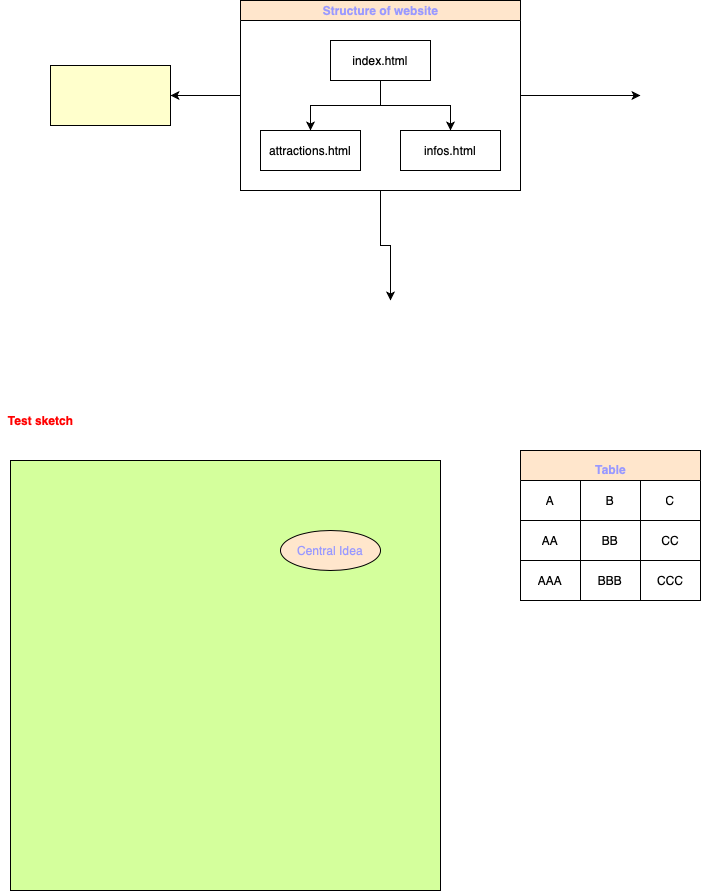
This is Untitled Diagram.png from meflix/themepark, a draw.io export, as it was before one commit. Source tidied: cells renumbered, new cells last; positions are measured from the earlier drawing's top-left corner, leaving out a move shared by most shapes. The source it was exported from:
```xml
<mxGraphModel>
  <root>
    <mxCell id="0" />
    <mxCell id="1" parent="0" />
    <mxCell id="2" value="Test sketch" style="text;html=1;align=center;verticalAlign=middle;fillColor=none;strokeColor=none;rounded=0;fontStyle=1;fontColor=#FF0000;" parent="1" vertex="1">
      <mxGeometry y="410" width="80" height="20" as="geometry" />
    </mxCell>
    <mxCell id="3" value="here follows the text to improve the sketch" style="text;html=1;align=center;verticalAlign=middle;fillColor=none;strokeColor=none;rounded=0;fontColor=#FF0000;" parent="1" vertex="1">
      <mxGeometry x="80" y="494" width="240" height="20" as="geometry" />
    </mxCell>
    <mxCell id="4" style="rounded=1;whiteSpace=wrap;html=1;fontColor=#FF0000;fillColor=#D4FF9C;" parent="1" vertex="1">
      <mxGeometry x="40" y="550" width="120" height="60" as="geometry" />
    </mxCell>
    <mxCell id="5" style="ellipse;whiteSpace=wrap;html=1;fontColor=#FF0000;fillColor=#D4FF9C;" parent="1" vertex="1">
      <mxGeometry x="230" y="540" width="150" height="150" as="geometry" />
    </mxCell>
    <mxCell id="6" style="shape=step;perimeter=stepPerimeter;whiteSpace=wrap;html=1;fixedSize=1;fillColor=#FFE6CC;fontColor=#FFE6CC;" parent="1" vertex="1">
      <mxGeometry x="274" y="720" width="56" height="80" as="geometry" />
    </mxCell>
    <mxCell id="7" value="Actor" style="shape=umlActor;verticalLabelPosition=bottom;verticalAlign=top;html=1;fontColor=#FF0000;fillColor=#D4FF9C;" parent="1" vertex="1">
      <mxGeometry x="60" y="720" width="30" height="60" as="geometry" />
    </mxCell>
    <mxCell id="8" style="shape=flexArrow;endArrow=classic;html=1;fontColor=#FF0000;endWidth=34.11764705882353;endSize=6.199999999999999;" parent="1" edge="1">
      <mxGeometry relative="1" as="geometry">
        <mxPoint x="160" y="750" as="sourcePoint" />
        <mxPoint x="230" y="760" as="targetPoint" />
        <Array as="points">
          <mxPoint x="110" y="760" />
          <mxPoint x="190" y="760" />
        </Array>
      </mxGeometry>
    </mxCell>
    <mxCell id="9" value="Table" style="shape=table;html=1;whiteSpace=wrap;startSize=30;fontStyle=1;align=center;fontColor=#FFE6CC;fillColor=#FFE6CC;" parent="1" vertex="1">
      <mxGeometry x="520" y="450" width="180" height="150" as="geometry" />
    </mxCell>
    <mxCell id="10" style="shape=partialRectangle;html=1;whiteSpace=wrap;fillColor=none;top=0;left=0;bottom=0;right=0;" parent="9" vertex="1">
      <mxGeometry y="30" width="180" height="40" as="geometry" />
    </mxCell>
    <mxCell id="11" value="A" style="shape=partialRectangle;html=1;whiteSpace=wrap;fillColor=none;top=0;left=0;bottom=0;right=0;overflow=hidden;" parent="10" vertex="1">
      <mxGeometry width="60" height="40" as="geometry" />
    </mxCell>
    <mxCell id="12" value="B" style="shape=partialRectangle;html=1;whiteSpace=wrap;fillColor=none;top=0;left=0;bottom=0;right=0;overflow=hidden;" parent="10" vertex="1">
      <mxGeometry x="60" width="60" height="40" as="geometry" />
    </mxCell>
    <mxCell id="13" value="C" style="shape=partialRectangle;html=1;whiteSpace=wrap;fillColor=none;top=0;left=0;bottom=0;right=0;overflow=hidden;" parent="10" vertex="1">
      <mxGeometry x="120" width="60" height="40" as="geometry" />
    </mxCell>
    <mxCell id="14" style="shape=partialRectangle;html=1;whiteSpace=wrap;fillColor=none;top=0;left=0;bottom=0;right=0;" parent="9" vertex="1">
      <mxGeometry y="70" width="180" height="40" as="geometry" />
    </mxCell>
    <mxCell id="15" value="AA" style="shape=partialRectangle;html=1;whiteSpace=wrap;fillColor=none;top=0;left=0;bottom=0;right=0;overflow=hidden;" parent="14" vertex="1">
      <mxGeometry width="60" height="40" as="geometry" />
    </mxCell>
    <mxCell id="16" value="BB" style="shape=partialRectangle;html=1;whiteSpace=wrap;fillColor=none;top=0;left=0;bottom=0;right=0;overflow=hidden;" parent="14" vertex="1">
      <mxGeometry x="60" width="60" height="40" as="geometry" />
    </mxCell>
    <mxCell id="17" value="CC" style="shape=partialRectangle;html=1;whiteSpace=wrap;fillColor=none;top=0;left=0;bottom=0;right=0;overflow=hidden;" parent="14" vertex="1">
      <mxGeometry x="120" width="60" height="40" as="geometry" />
    </mxCell>
    <mxCell id="18" style="shape=partialRectangle;html=1;whiteSpace=wrap;fillColor=none;top=0;left=0;bottom=0;right=0;" parent="9" vertex="1">
      <mxGeometry y="110" width="180" height="40" as="geometry" />
    </mxCell>
    <mxCell id="19" value="AAA" style="shape=partialRectangle;html=1;whiteSpace=wrap;fillColor=none;top=0;left=0;bottom=0;right=0;overflow=hidden;" parent="18" vertex="1">
      <mxGeometry width="60" height="40" as="geometry" />
    </mxCell>
    <mxCell id="20" value="BBB" style="shape=partialRectangle;html=1;whiteSpace=wrap;fillColor=none;top=0;left=0;bottom=0;right=0;overflow=hidden;" parent="18" vertex="1">
      <mxGeometry x="60" width="60" height="40" as="geometry" />
    </mxCell>
    <mxCell id="21" value="CCC" style="shape=partialRectangle;html=1;whiteSpace=wrap;fillColor=none;top=0;left=0;bottom=0;right=0;overflow=hidden;" parent="18" vertex="1">
      <mxGeometry x="120" width="60" height="40" as="geometry" />
    </mxCell>
    <mxCell id="22" value="Text" style="text;html=1;align=center;verticalAlign=middle;fillColor=none;strokeColor=none;rounded=0;fontColor=#FFE6CC;" parent="1" vertex="1">
      <mxGeometry x="320" y="570" width="40" height="20" as="geometry" />
    </mxCell>
    <mxCell id="23" value="Text" style="text;html=1;align=center;verticalAlign=middle;fillColor=none;strokeColor=none;rounded=0;fontColor=#FFE6CC;" parent="1" vertex="1">
      <mxGeometry x="320" y="570" width="40" height="20" as="geometry" />
    </mxCell>
    <mxCell id="24" value="Text" style="text;html=1;align=center;verticalAlign=middle;fillColor=none;strokeColor=none;rounded=0;fontColor=#FFE6CC;" parent="1" vertex="1">
      <mxGeometry x="320" y="570" width="40" height="20" as="geometry" />
    </mxCell>
    <mxCell id="25" value="Table" style="text;html=1;align=center;verticalAlign=middle;fillColor=none;strokeColor=none;rounded=0;fontColor=#9999FF;fontStyle=1;" parent="1" vertex="1">
      <mxGeometry x="585" y="459" width="50" height="20" as="geometry" />
    </mxCell>
    <mxCell id="26" style="edgeStyle=orthogonalEdgeStyle;rounded=0;jettySize=auto;html=1;fontColor=#9999FF;" parent="1" edge="1" source="29">
      <mxGeometry relative="1" as="geometry">
        <mxPoint x="390" y="300" as="targetPoint" />
      </mxGeometry>
    </mxCell>
    <mxCell id="27" style="edgeStyle=orthogonalEdgeStyle;rounded=0;jettySize=auto;html=1;fontColor=#9999FF;" parent="1" edge="1" source="29">
      <mxGeometry relative="1" as="geometry">
        <mxPoint x="640" y="95" as="targetPoint" />
      </mxGeometry>
    </mxCell>
    <mxCell id="28" style="edgeStyle=orthogonalEdgeStyle;rounded=0;jettySize=auto;html=1;fontColor=#9999FF;" parent="1" edge="1" source="29" target="37">
      <mxGeometry relative="1" as="geometry" />
    </mxCell>
    <mxCell id="29" value="Structure of website" style="swimlane;html=1;startSize=20;horizontal=1;horizontalTree=0;containerType=tree;fontColor=#9999FF;fillColor=#FFE6CC;" parent="1" vertex="1">
      <mxGeometry x="240" width="280" height="190" as="geometry" />
    </mxCell>
    <mxCell id="30" value="index.html" style="whiteSpace=wrap;html=1;" parent="29" vertex="1">
      <mxGeometry x="90" y="40" width="100" height="40" as="geometry" />
    </mxCell>
    <mxCell id="31" value="attractions.html" style="whiteSpace=wrap;html=1;" parent="29" vertex="1">
      <mxGeometry x="20" y="130" width="100" height="40" as="geometry" />
    </mxCell>
    <mxCell id="32" style="edgeStyle=elbowEdgeStyle;elbow=vertical;html=1;rounded=0;" parent="29" edge="1" source="30" target="31">
      <mxGeometry relative="1" as="geometry" />
    </mxCell>
    <mxCell id="33" value="infos.html" style="whiteSpace=wrap;html=1;" parent="29" vertex="1">
      <mxGeometry x="160" y="130" width="100" height="40" as="geometry" />
    </mxCell>
    <mxCell id="34" style="edgeStyle=elbowEdgeStyle;elbow=vertical;html=1;rounded=0;" parent="29" edge="1" source="30" target="33">
      <mxGeometry relative="1" as="geometry" />
    </mxCell>
    <mxCell id="35" style="whiteSpace=wrap;html=1;fillColor=#D4FF9C;" parent="1" vertex="1">
      <mxGeometry x="10" y="460" width="430" height="430" as="geometry" />
    </mxCell>
    <mxCell id="36" value="Central Idea" style="ellipse;whiteSpace=wrap;html=1;align=center;newEdgeStyle={&quot;edgeStyle&quot;:&quot;entityRelationEdgeStyle&quot;,&quot;startArrow&quot;:&quot;none&quot;,&quot;endArrow&quot;:&quot;none&quot;,&quot;segment&quot;:10,&quot;curved&quot;:1};fontColor=#9999FF;fillColor=#FFE6CC;" parent="1" vertex="1">
      <mxGeometry x="280" y="530" width="100" height="40" as="geometry" />
    </mxCell>
    <mxCell id="37" style="whiteSpace=wrap;html=1;fontColor=#9999FF;fontStyle=1;fillColor=#FFFFCC;startSize=20;" parent="1" vertex="1">
      <mxGeometry x="50" y="65" width="120" height="60" as="geometry" />
    </mxCell>
  </root>
</mxGraphModel>
```
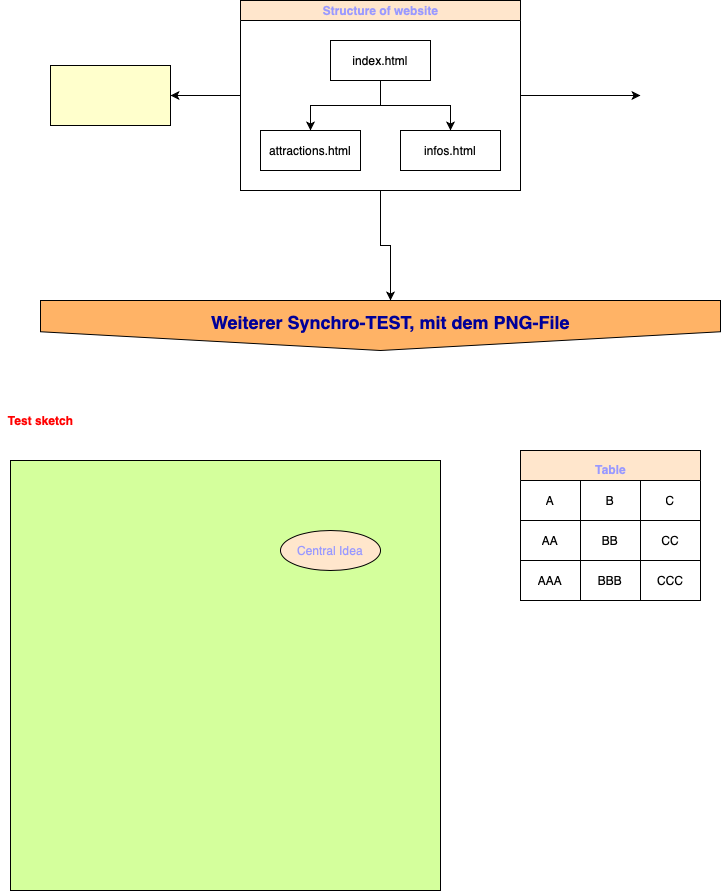
The same diagram one commit later.

Commit message:
weiterer Test mit dem png-filepng

Diff of the diagram source:
```diff
@@ -121,5 +121,11 @@
     <mxCell id="37" style="whiteSpace=wrap;html=1;fontColor=#9999FF;fontStyle=1;fillColor=#FFFFCC;startSize=20;" parent="1" vertex="1">
       <mxGeometry x="50" y="65" width="120" height="60" as="geometry" />
     </mxCell>
+    <mxCell id="38" style="shape=offPageConnector;whiteSpace=wrap;html=1;fontColor=#9999FF;fillColor=#FFB366;" parent="1" vertex="1">
+      <mxGeometry x="40" y="300" width="680" height="50" as="geometry" />
+    </mxCell>
+    <mxCell id="39" value="Weiterer Synchro-TEST, mit dem PNG-File" style="text;html=1;align=center;verticalAlign=middle;fillColor=none;strokeColor=none;rounded=0;fontColor=#000099;fontStyle=1;fontSize=18;" parent="1" vertex="1">
+      <mxGeometry x="205" y="307" width="370" height="30" as="geometry" />
+    </mxCell>
   </root>
 </mxGraphModel>
```
